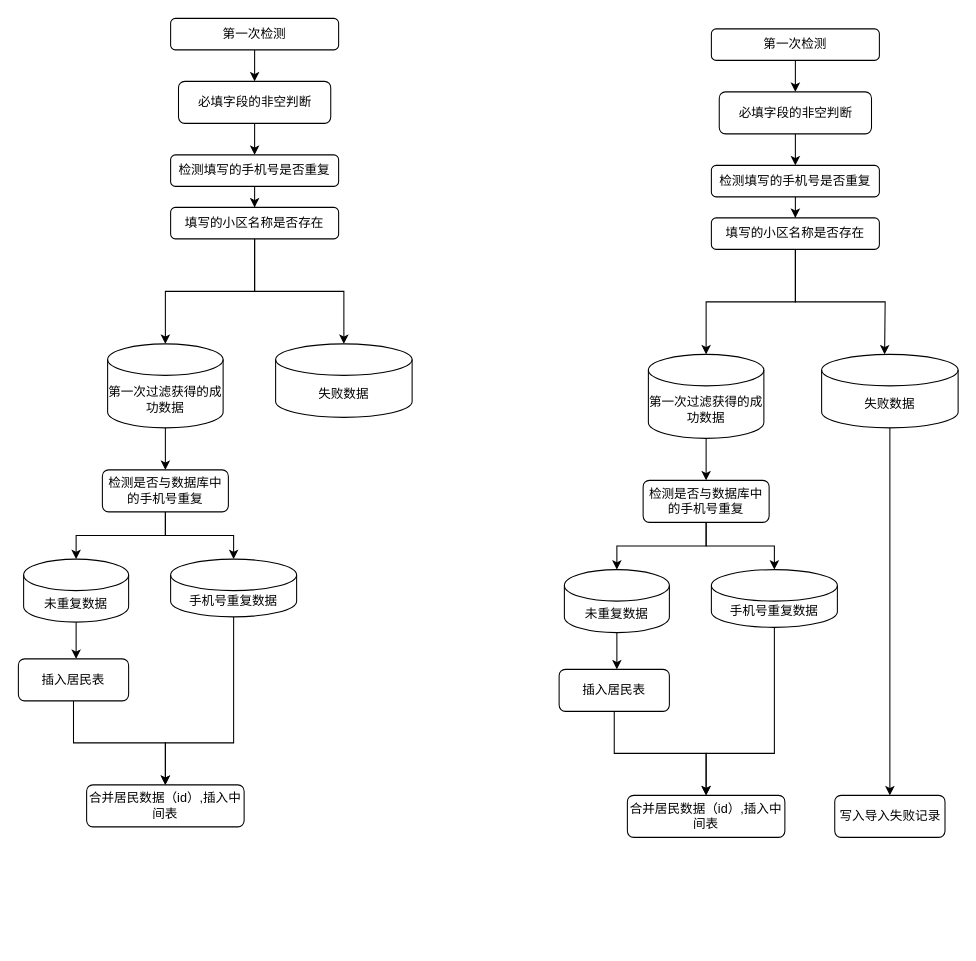
This is 未命名绘图.drawio from DearJJJ/my_design_pattern, a draw.io file, before an edit. Source tidied: cells renumbered, new cells numbered last; positions are measured from the earlier drawing's top-left corner, leaving out a move shared by most shapes. Both pictures are drawn from the tidied source at 105%, with x=0, y=0 at pixel (18, 18).
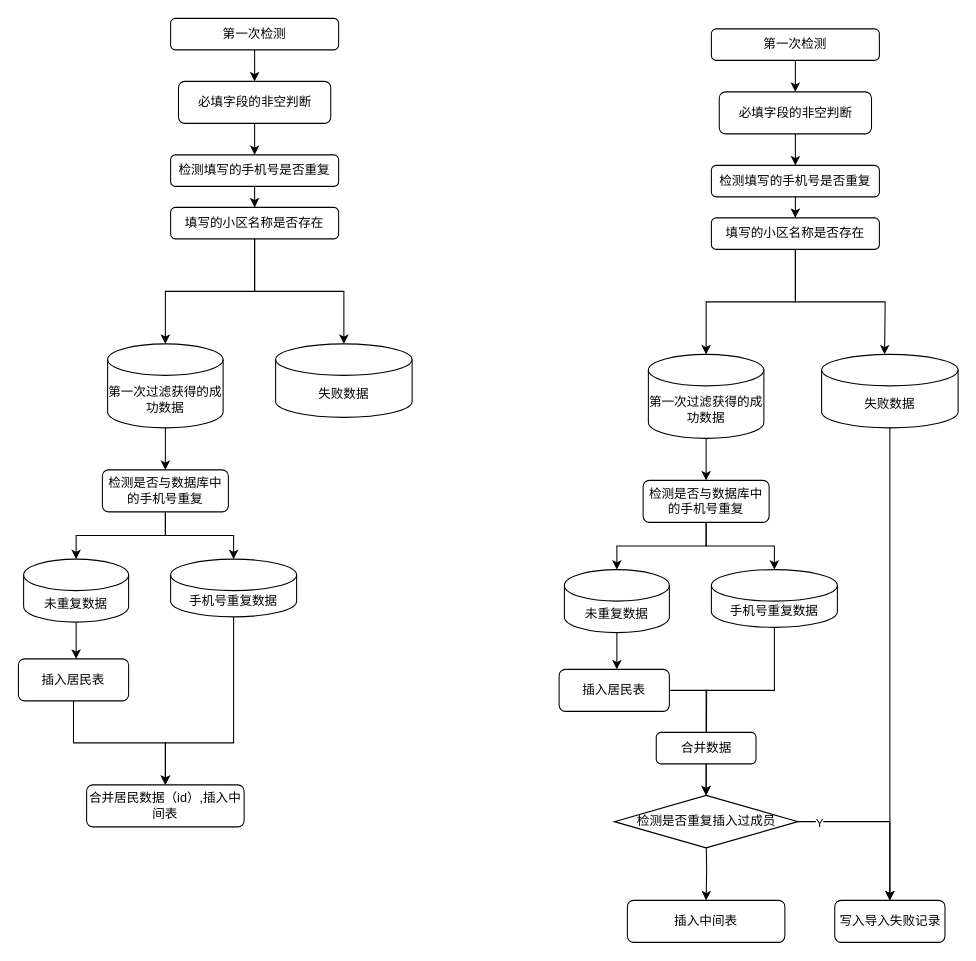
The same diagram, later.

Commit message:
更新未命名绘图.drawio

Unchanged cells that the change refers to:
```xml
<mxCell id="41" value="手机号重复数据" style="shape=cylinder3;whiteSpace=wrap;html=1;boundedLbl=1;backgroundOutline=1;size=15;" parent="1" vertex="1">
  <mxGeometry x="660" y="525" width="120" height="55" as="geometry" />
</mxCell>
<mxCell id="43" value="插入居民表" style="rounded=1;whiteSpace=wrap;html=1;" parent="1" vertex="1">
  <mxGeometry x="515" y="620" width="105" height="40" as="geometry" />
</mxCell>
```

What changed in the source:
```diff
@@
-    <mxCell id="40" style="edgeStyle=orthogonalEdgeStyle;rounded=0;jettySize=auto;html=1;" parent="1" edge="1" source="41" target="44">
+    <mxCell id="40" style="edgeStyle=orthogonalEdgeStyle;rounded=0;jettySize=auto;html=1;" parent="1" edge="1" source="41">
       <mxGeometry relative="1" as="geometry">
+        <mxPoint x="655" y="740" as="targetPoint" />
         <Array as="points">
-          <mxPoint x="720" y="700" />
-          <mxPoint x="655" y="700" />
+          <mxPoint x="720" y="640" />
+          <mxPoint x="655" y="640" />
         </Array>
       </mxGeometry>
     </mxCell>
@@
-    <mxCell id="42" style="edgeStyle=orthogonalEdgeStyle;rounded=0;jettySize=auto;html=1;" parent="1" edge="1" source="43" target="44">
-      <mxGeometry relative="1" as="geometry" />
+    <mxCell id="42" style="edgeStyle=orthogonalEdgeStyle;rounded=0;jettySize=auto;html=1;" parent="1" edge="1" source="43">
+      <mxGeometry relative="1" as="geometry">
+        <mxPoint x="655" y="740" as="targetPoint" />
+      </mxGeometry>
     </mxCell>
@@
-    <mxCell id="44" value="合并居民数据（id）,插入中间表" style="rounded=1;whiteSpace=wrap;html=1;" parent="1" vertex="1">
-      <mxGeometry x="580" y="740" width="150" height="40" as="geometry" />
-    </mxCell>
+    <mxCell id="48" style="edgeStyle=orthogonalEdgeStyle;rounded=0;jettySize=auto;html=1;exitX=0.5;exitY=1;exitDx=0;exitDy=0;" parent="1" edge="1" target="49">
+      <mxGeometry relative="1" as="geometry">
+        <mxPoint x="655" y="780" as="sourcePoint" />
+      </mxGeometry>
+    </mxCell>
@@
     <mxCell id="47" value="写入导入失败记录" style="rounded=1;whiteSpace=wrap;html=1;" parent="1" vertex="1">
-      <mxGeometry x="777.5" y="740" width="105" height="40" as="geometry" />
+      <mxGeometry x="777.5" y="840" width="105" height="40" as="geometry" />
     </mxCell>
+    <mxCell id="49" value="插入中间表" style="rounded=1;whiteSpace=wrap;html=1;" parent="1" vertex="1">
+      <mxGeometry x="580" y="840" width="150" height="40" as="geometry" />
+    </mxCell>
+    <mxCell id="50" style="edgeStyle=orthogonalEdgeStyle;rounded=0;jettySize=auto;html=1;exitX=1;exitY=0.5;exitDx=0;exitDy=0;entryX=0.5;entryY=0;entryDx=0;entryDy=0;" parent="1" edge="1" source="52" target="47">
+      <mxGeometry relative="1" as="geometry" />
+    </mxCell>
+    <mxCell id="51" value="Y" style="edgeLabel;html=1;align=center;verticalAlign=middle;" parent="50" vertex="1">
+      <mxGeometry x="-0.76" y="-1" relative="1" as="geometry" />
+    </mxCell>
+    <mxCell id="52" value="检测是否重复插入过成员" style="rhombus;whiteSpace=wrap;html=1;" parent="1" vertex="1">
+      <mxGeometry x="567.5" y="740" width="175" height="50" as="geometry" />
+    </mxCell>
+    <mxCell id="53" value="合并数据" style="rounded=1;whiteSpace=wrap;html=1;" parent="1" vertex="1">
+      <mxGeometry x="607.5" y="680" width="95" height="30" as="geometry" />
+    </mxCell>
```
